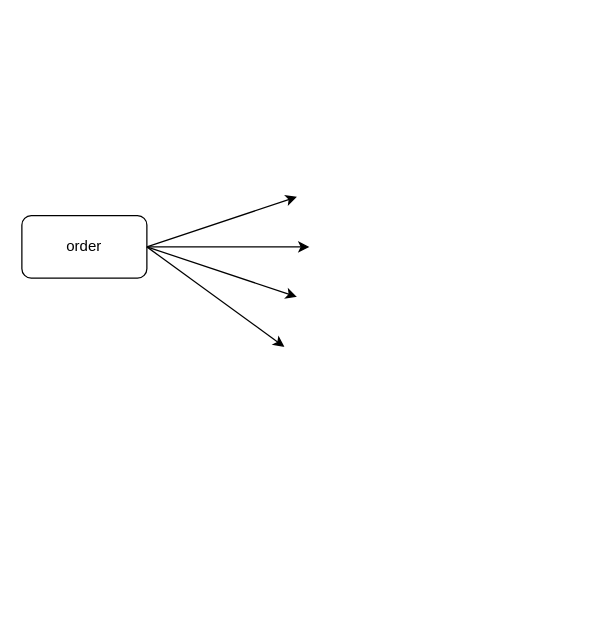
Above: gm_order_server_function.drawio in pcorvoh/-warehouse (draw.io), before the change. Source tidied: cells renumbered, new cells numbered last; positions are measured from the earlier drawing's top-left corner, leaving out a move shared by most shapes. Both pictures are drawn from the tidied source at 125%, with x=0, y=0 at pixel (21, 196).
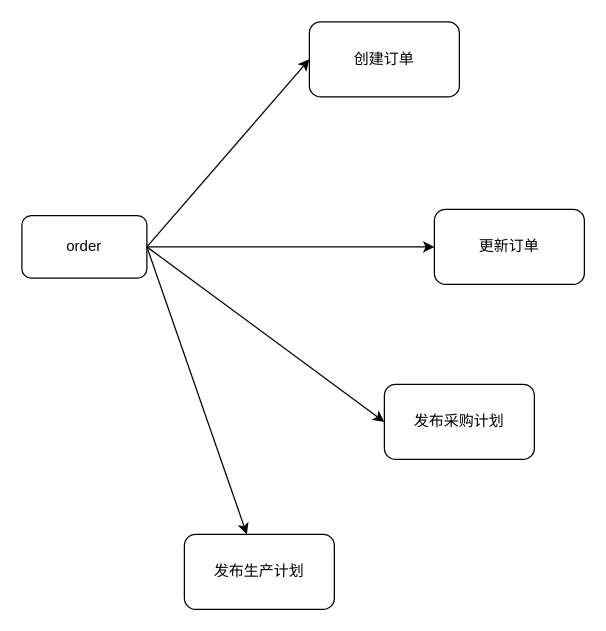
After the change.

Change to the diagram source:
```diff
@@
 <mxGraphModel>
   <root>
     <mxCell id="0" />
     <mxCell id="1" parent="0" />
     <mxCell id="2" value="order" style="rounded=1;whiteSpace=wrap;html=1;" parent="1" vertex="1">
       <mxGeometry y="15" width="100" height="50" as="geometry" />
     </mxCell>
-    <mxCell id="3" style="endArrow=classic;html=1;" parent="1" edge="1">
-      <mxGeometry relative="1" as="geometry">
-        <mxPoint x="100" y="40" as="sourcePoint" />
-        <mxPoint x="220" as="targetPoint" />
-      </mxGeometry>
-    </mxCell>
-    <mxCell id="4" style="endArrow=classic;html=1;" parent="1" edge="1">
-      <mxGeometry relative="1" as="geometry">
-        <mxPoint x="101" y="40" as="sourcePoint" />
-        <mxPoint x="230" y="40" as="targetPoint" />
-      </mxGeometry>
-    </mxCell>
-    <mxCell id="5" style="endArrow=classic;html=1;exitX=1;exitY=0.5;exitDx=0;exitDy=0;" parent="1" edge="1" source="2">
-      <mxGeometry relative="1" as="geometry">
-        <mxPoint x="220" y="80" as="targetPoint" />
-      </mxGeometry>
-    </mxCell>
-    <mxCell id="6" style="endArrow=classic;html=1;" parent="1" edge="1">
-      <mxGeometry relative="1" as="geometry">
-        <mxPoint x="100" y="40" as="sourcePoint" />
-        <mxPoint x="210" y="120" as="targetPoint" />
-      </mxGeometry>
-    </mxCell>
+    <mxCell id="7" style="endArrow=classic;html=1;entryX=0;entryY=0.5;entryDx=0;entryDy=0;" parent="1" edge="1" target="11">
+      <mxGeometry relative="1" as="geometry">
+        <mxPoint x="100" y="40" as="sourcePoint" />
+      </mxGeometry>
+    </mxCell>
+    <mxCell id="8" style="endArrow=classic;html=1;" parent="1" edge="1">
+      <mxGeometry relative="1" as="geometry">
+        <mxPoint x="101" y="40" as="sourcePoint" />
+        <mxPoint x="330" y="40" as="targetPoint" />
+      </mxGeometry>
+    </mxCell>
+    <mxCell id="9" style="endArrow=classic;html=1;exitX=1;exitY=0.5;exitDx=0;exitDy=0;" parent="1" edge="1" source="2">
+      <mxGeometry relative="1" as="geometry">
+        <mxPoint x="290" y="180" as="targetPoint" />
+      </mxGeometry>
+    </mxCell>
+    <mxCell id="10" style="endArrow=classic;html=1;" parent="1" edge="1">
+      <mxGeometry relative="1" as="geometry">
+        <mxPoint x="100" y="40" as="sourcePoint" />
+        <mxPoint x="180" y="270" as="targetPoint" />
+      </mxGeometry>
+    </mxCell>
+    <mxCell id="11" value="创建订单" style="rounded=1;whiteSpace=wrap;html=1;" parent="1" vertex="1">
+      <mxGeometry x="230" y="-140" width="120" height="60" as="geometry" />
+    </mxCell>
+    <mxCell id="12" value="更新订单" style="rounded=1;whiteSpace=wrap;html=1;" parent="1" vertex="1">
+      <mxGeometry x="330" y="10" width="120" height="60" as="geometry" />
+    </mxCell>
+    <mxCell id="13" value="发布采购计划" style="rounded=1;whiteSpace=wrap;html=1;" parent="1" vertex="1">
+      <mxGeometry x="290" y="150" width="120" height="60" as="geometry" />
+    </mxCell>
+    <mxCell id="14" value="发布生产计划" style="rounded=1;whiteSpace=wrap;html=1;" parent="1" vertex="1">
+      <mxGeometry x="130" y="270" width="120" height="60" as="geometry" />
+    </mxCell>
   </root>
 </mxGraphModel>
```
